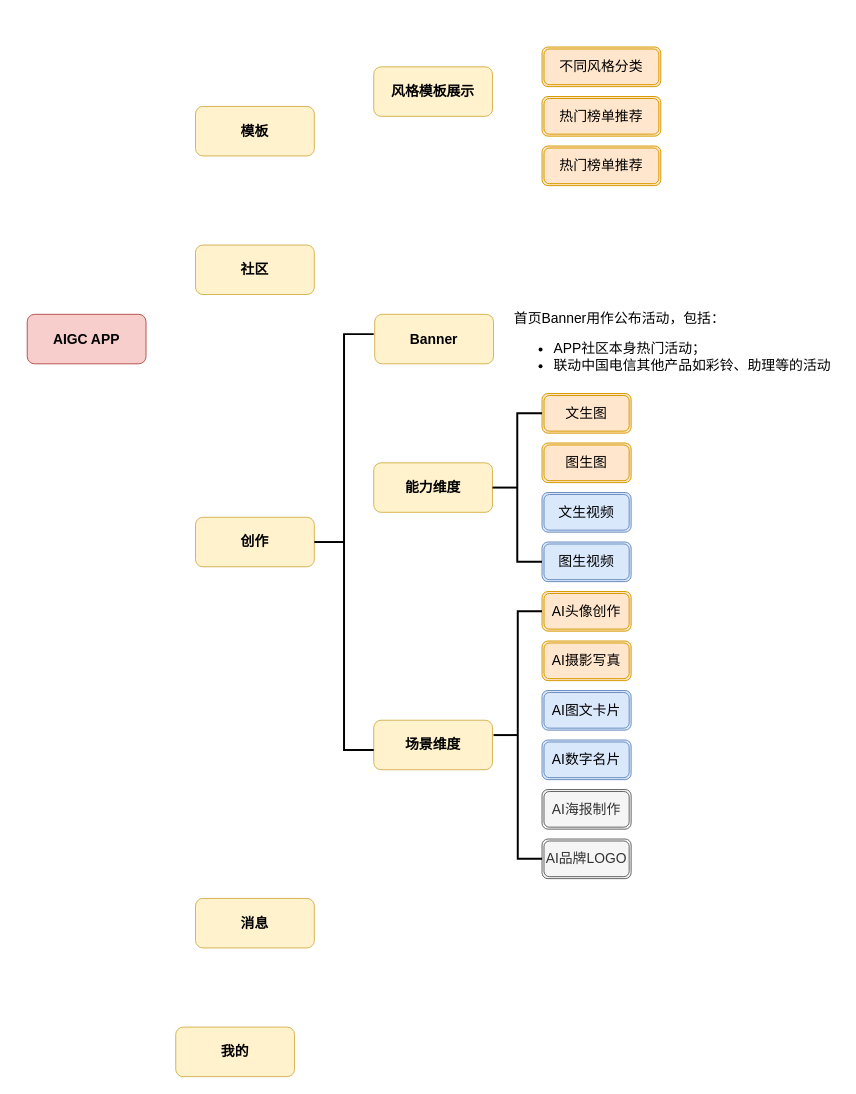
Earlier version of the draw.io diagram 未命名绘图.drawio (JQLIANG77/drowio). Source tidied: cells renumbered, new cells numbered last; positions are measured from the earlier drawing's top-left corner, leaving out a move shared by most shapes. Both pictures are drawn from the tidied source at 99%, with x=0, y=0 at pixel (27, 47).
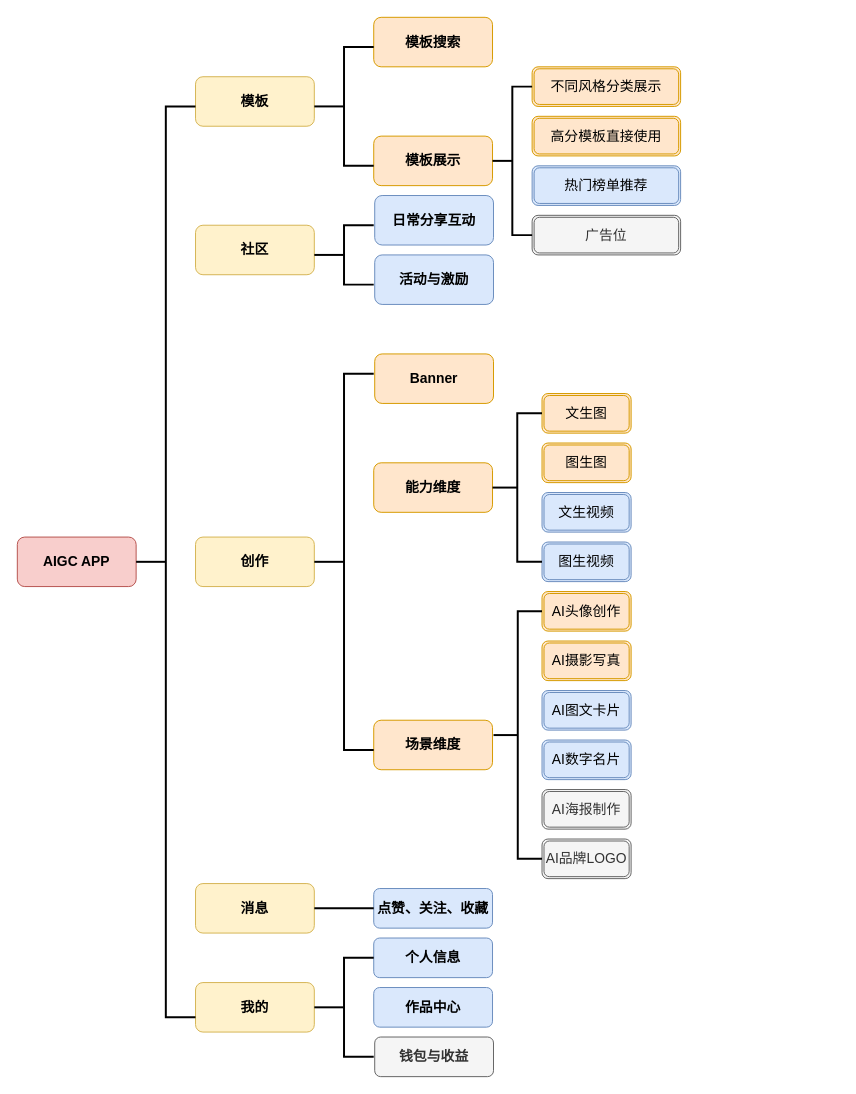
The same diagram, later.

Change to the diagram source:
```diff
@@
     <mxCell id="2" value="&lt;b&gt;&lt;font style=&quot;font-size: 14px;&quot;&gt;AIGC APP&lt;/font&gt;&lt;/b&gt;" style="rounded=1;whiteSpace=wrap;html=1;fillColor=#f8cecc;strokeColor=#b85450;" parent="1" vertex="1">
-      <mxGeometry y="270" width="120" height="50" as="geometry" />
+      <mxGeometry x="-10" y="495" width="120" height="50" as="geometry" />
     </mxCell>
     <mxCell id="3" value="&lt;b&gt;&lt;font style=&quot;font-size: 14px;&quot;&gt;创作&lt;/font&gt;&lt;/b&gt;" style="rounded=1;whiteSpace=wrap;html=1;fillColor=#fff2cc;strokeColor=#d6b656;" parent="1" vertex="1">
-      <mxGeometry x="170" y="475" width="120" height="50" as="geometry" />
+      <mxGeometry x="170" y="495" width="120" height="50" as="geometry" />
     </mxCell>
     <mxCell id="4" value="&lt;b&gt;&lt;font style=&quot;font-size: 14px;&quot;&gt;社区&lt;/font&gt;&lt;/b&gt;" style="rounded=1;whiteSpace=wrap;html=1;fillColor=#fff2cc;strokeColor=#d6b656;" parent="1" vertex="1">
-      <mxGeometry x="170" y="200" width="120" height="50" as="geometry" />
+      <mxGeometry x="170" y="180" width="120" height="50" as="geometry" />
     </mxCell>
     <mxCell id="5" value="&lt;b&gt;&lt;font style=&quot;font-size: 14px;&quot;&gt;模板&lt;/font&gt;&lt;/b&gt;" style="rounded=1;whiteSpace=wrap;html=1;fillColor=#fff2cc;strokeColor=#d6b656;" parent="1" vertex="1">
-      <mxGeometry x="170" y="60" width="120" height="50" as="geometry" />
+      <mxGeometry x="170" y="30" width="120" height="50" as="geometry" />
     </mxCell>
-    <mxCell id="6" value="&lt;b&gt;&lt;font style=&quot;font-size: 14px;&quot;&gt;消息&lt;/font&gt;&lt;/b&gt;" style="rounded=1;whiteSpace=wrap;html=1;fillColor=#fff2cc;strokeColor=#d6b656;" parent="1" vertex="1">
-      <mxGeometry x="170" y="860" width="120" height="50" as="geometry" />
+    <mxCell id="6" value="&lt;span&gt;&lt;font style=&quot;font-size: 14px;&quot;&gt;消息&lt;/font&gt;&lt;/span&gt;" style="rounded=1;whiteSpace=wrap;html=1;fillColor=#fff2cc;strokeColor=#d6b656;fontStyle=1;" parent="1" vertex="1">
+      <mxGeometry x="170" y="845" width="120" height="50" as="geometry" />
     </mxCell>
-    <mxCell id="7" value="&lt;b&gt;&lt;font style=&quot;font-size: 14px;&quot;&gt;我的&lt;/font&gt;&lt;/b&gt;" style="rounded=1;whiteSpace=wrap;html=1;fillColor=#fff2cc;strokeColor=#d6b656;" parent="1" vertex="1">
-      <mxGeometry x="150" y="990" width="120" height="50" as="geometry" />
-    </mxCell>
-    <mxCell id="8" value="&lt;span style=&quot;font-size: 14px;&quot;&gt;&lt;b&gt;Banner&lt;/b&gt;&lt;/span&gt;" style="rounded=1;whiteSpace=wrap;html=1;fillColor=#fff2cc;strokeColor=#d6b656;" parent="1" vertex="1">
-      <mxGeometry x="351" y="270" width="120" height="50" as="geometry" />
+    <mxCell id="8" value="&lt;span style=&quot;font-size: 14px;&quot;&gt;&lt;b&gt;Banner&lt;/b&gt;&lt;/span&gt;" style="rounded=1;whiteSpace=wrap;html=1;fillColor=#ffe6cc;strokeColor=#d79b00;" parent="1" vertex="1">
+      <mxGeometry x="351" y="310" width="120" height="50" as="geometry" />
     </mxCell>
-    <mxCell id="9" value="&lt;span style=&quot;font-size: 14px;&quot;&gt;&lt;b&gt;能力维度&lt;/b&gt;&lt;/span&gt;" style="rounded=1;whiteSpace=wrap;html=1;fillColor=#fff2cc;strokeColor=#d6b656;" parent="1" vertex="1">
+    <mxCell id="9" value="&lt;span style=&quot;font-size: 14px;&quot;&gt;&lt;b&gt;能力维度&lt;/b&gt;&lt;/span&gt;" style="rounded=1;whiteSpace=wrap;html=1;fillColor=#ffe6cc;strokeColor=#d79b00;" parent="1" vertex="1">
       <mxGeometry x="350" y="420" width="120" height="50" as="geometry" />
     </mxCell>
-    <mxCell id="10" value="&lt;span style=&quot;font-size: 14px;&quot;&gt;&lt;b&gt;场景维度&lt;/b&gt;&lt;/span&gt;" style="rounded=1;whiteSpace=wrap;html=1;fillColor=#fff2cc;strokeColor=#d6b656;" parent="1" vertex="1">
+    <mxCell id="10" value="&lt;span style=&quot;font-size: 14px;&quot;&gt;&lt;b&gt;场景维度&lt;/b&gt;&lt;/span&gt;" style="rounded=1;whiteSpace=wrap;html=1;fillColor=#ffe6cc;strokeColor=#d79b00;" parent="1" vertex="1">
       <mxGeometry x="350" y="680" width="120" height="50" as="geometry" />
     </mxCell>
@@
-    <mxCell id="23" value="&lt;font style=&quot;font-size: 14px;&quot;&gt;首页Banner用作公布活动，包括：&lt;br&gt;&lt;/font&gt;&lt;ul style=&quot;font-size: 14px;&quot;&gt;&lt;li style=&quot;&quot;&gt;&lt;font style=&quot;font-size: 14px;&quot;&gt;APP社区本身热门活动；&lt;/font&gt;&lt;/li&gt;&lt;li style=&quot;&quot;&gt;&lt;font style=&quot;font-size: 14px;&quot;&gt;联动中国电信其他产品如彩铃、助理等的活动&lt;/font&gt;&lt;/li&gt;&lt;/ul&gt;" style="text;html=1;strokeColor=none;fillColor=none;align=left;verticalAlign=middle;whiteSpace=wrap;rounded=0;" parent="1" vertex="1">
-      <mxGeometry x="490" y="270" width="330" height="70" as="geometry" />
-    </mxCell>
     <mxCell id="24" style="strokeWidth=2;html=1;shape=mxgraph.flowchart.annotation_2;align=left;labelPosition=right;" parent="1" vertex="1">
-      <mxGeometry x="290" y="290" width="60" height="420" as="geometry" />
+      <mxGeometry x="290" y="330" width="60" height="380" as="geometry" />
     </mxCell>
-    <mxCell id="25" value="&lt;span style=&quot;font-size: 14px;&quot;&gt;&lt;b&gt;风格模板展示&lt;/b&gt;&lt;/span&gt;" style="rounded=1;whiteSpace=wrap;html=1;fillColor=#fff2cc;strokeColor=#d6b656;" parent="1" vertex="1">
-      <mxGeometry x="350" y="20" width="120" height="50" as="geometry" />
+    <mxCell id="25" value="&lt;span style=&quot;font-size: 14px;&quot;&gt;&lt;b&gt;模板展示&lt;/b&gt;&lt;/span&gt;" style="rounded=1;whiteSpace=wrap;html=1;fillColor=#ffe6cc;strokeColor=#d79b00;" parent="1" vertex="1">
+      <mxGeometry x="350" y="90" width="120" height="50" as="geometry" />
     </mxCell>
-    <mxCell id="26" value="&lt;font style=&quot;font-size: 14px;&quot;&gt;不同风格分类&lt;/font&gt;" style="shape=ext;double=1;rounded=1;whiteSpace=wrap;html=1;fillColor=#ffe6cc;strokeColor=#d79b00;" parent="1" vertex="1">
-      <mxGeometry x="520" width="120" height="40" as="geometry" />
+    <mxCell id="26" value="&lt;font style=&quot;font-size: 14px;&quot;&gt;不同风格分类展示&lt;/font&gt;" style="shape=ext;double=1;rounded=1;whiteSpace=wrap;html=1;fillColor=#ffe6cc;strokeColor=#d79b00;" parent="1" vertex="1">
+      <mxGeometry x="510" y="20" width="150" height="40" as="geometry" />
     </mxCell>
-    <mxCell id="27" value="&lt;font style=&quot;font-size: 14px;&quot;&gt;热门榜单推荐&lt;/font&gt;" style="shape=ext;double=1;rounded=1;whiteSpace=wrap;html=1;fillColor=#ffe6cc;strokeColor=#d79b00;" parent="1" vertex="1">
-      <mxGeometry x="520" y="50" width="120" height="40" as="geometry" />
+    <mxCell id="27" value="&lt;font style=&quot;font-size: 14px;&quot;&gt;热门榜单推荐&lt;/font&gt;" style="shape=ext;double=1;rounded=1;whiteSpace=wrap;html=1;fillColor=#dae8fc;strokeColor=#6c8ebf;" parent="1" vertex="1">
+      <mxGeometry x="510" y="120" width="150" height="40" as="geometry" />
     </mxCell>
-    <mxCell id="28" value="&lt;font style=&quot;font-size: 14px;&quot;&gt;热门榜单推荐&lt;/font&gt;" style="shape=ext;double=1;rounded=1;whiteSpace=wrap;html=1;fillColor=#ffe6cc;strokeColor=#d79b00;" parent="1" vertex="1">
-      <mxGeometry x="520" y="100" width="120" height="40" as="geometry" />
+    <mxCell id="28" value="&lt;font style=&quot;font-size: 14px;&quot;&gt;高分模板直接使用&lt;/font&gt;" style="shape=ext;double=1;rounded=1;whiteSpace=wrap;html=1;fillColor=#ffe6cc;strokeColor=#d79b00;" parent="1" vertex="1">
+      <mxGeometry x="510" y="70" width="150" height="40" as="geometry" />
     </mxCell>
+    <mxCell id="29" value="&lt;font style=&quot;font-size: 14px;&quot;&gt;广告位&lt;/font&gt;" style="shape=ext;double=1;rounded=1;whiteSpace=wrap;html=1;fillColor=#f5f5f5;strokeColor=#666666;fontColor=#333333;" parent="1" vertex="1">
+      <mxGeometry x="510" y="170" width="150" height="40" as="geometry" />
+    </mxCell>
+    <mxCell id="30" value="&lt;span style=&quot;font-size: 14px;&quot;&gt;&lt;b&gt;模板搜索&lt;/b&gt;&lt;/span&gt;" style="rounded=1;whiteSpace=wrap;html=1;fillColor=#ffe6cc;strokeColor=#d79b00;" parent="1" vertex="1">
+      <mxGeometry x="350" y="-30" width="120" height="50" as="geometry" />
+    </mxCell>
+    <mxCell id="31" value="&lt;span style=&quot;font-size: 14px;&quot;&gt;&lt;b&gt;日常分享互动&lt;/b&gt;&lt;/span&gt;" style="rounded=1;whiteSpace=wrap;html=1;fillColor=#dae8fc;strokeColor=#6c8ebf;" parent="1" vertex="1">
+      <mxGeometry x="351" y="150" width="120" height="50" as="geometry" />
+    </mxCell>
+    <mxCell id="32" value="&lt;span style=&quot;font-size: 14px;&quot;&gt;&lt;b&gt;活动与激励&lt;/b&gt;&lt;/span&gt;" style="rounded=1;whiteSpace=wrap;html=1;fillColor=#dae8fc;strokeColor=#6c8ebf;" parent="1" vertex="1">
+      <mxGeometry x="351" y="210" width="120" height="50" as="geometry" />
+    </mxCell>
+    <mxCell id="33" style="strokeWidth=2;html=1;shape=mxgraph.flowchart.annotation_2;align=left;labelPosition=right;" parent="1" vertex="1">
+      <mxGeometry x="290" width="60" height="120" as="geometry" />
+    </mxCell>
+    <mxCell id="34" style="strokeWidth=2;html=1;shape=mxgraph.flowchart.annotation_2;align=left;labelPosition=right;" parent="1" vertex="1">
+      <mxGeometry x="290" y="180" width="60" height="60" as="geometry" />
+    </mxCell>
+    <mxCell id="35" value="&lt;span style=&quot;font-size: 14px;&quot;&gt;&lt;b&gt;点赞、关注、收藏&lt;/b&gt;&lt;/span&gt;" style="rounded=1;whiteSpace=wrap;html=1;fillColor=#dae8fc;strokeColor=#6c8ebf;" parent="1" vertex="1">
+      <mxGeometry x="350" y="850" width="120" height="40" as="geometry" />
+    </mxCell>
+    <mxCell id="36" style="strokeWidth=2;html=1;shape=mxgraph.flowchart.annotation_2;align=left;labelPosition=right;" parent="1" vertex="1">
+      <mxGeometry x="470" y="40" width="40" height="150" as="geometry" />
+    </mxCell>
+    <mxCell id="37" value="&lt;span style=&quot;font-size: 14px;&quot;&gt;&lt;b&gt;个人信息&lt;/b&gt;&lt;/span&gt;" style="rounded=1;whiteSpace=wrap;html=1;fillColor=#dae8fc;strokeColor=#6c8ebf;" parent="1" vertex="1">
+      <mxGeometry x="350" y="900" width="120" height="40" as="geometry" />
+    </mxCell>
+    <mxCell id="38" value="&lt;span style=&quot;font-size: 14px;&quot;&gt;&lt;b&gt;作品中心&lt;/b&gt;&lt;/span&gt;" style="rounded=1;whiteSpace=wrap;html=1;fillColor=#dae8fc;strokeColor=#6c8ebf;" parent="1" vertex="1">
+      <mxGeometry x="350" y="950" width="120" height="40" as="geometry" />
+    </mxCell>
+    <mxCell id="39" value="&lt;span style=&quot;font-size: 14px;&quot;&gt;&lt;b&gt;钱包与收益&lt;/b&gt;&lt;/span&gt;" style="rounded=1;whiteSpace=wrap;html=1;fillColor=#f5f5f5;strokeColor=#666666;fontColor=#333333;" parent="1" vertex="1">
+      <mxGeometry x="351" y="1000" width="120" height="40" as="geometry" />
+    </mxCell>
+    <mxCell id="7" value="&lt;b&gt;&lt;font style=&quot;font-size: 14px;&quot;&gt;我的&lt;/font&gt;&lt;/b&gt;" style="rounded=1;whiteSpace=wrap;html=1;fillColor=#fff2cc;strokeColor=#d6b656;" parent="1" vertex="1">
+      <mxGeometry x="170" y="945" width="120" height="50" as="geometry" />
+    </mxCell>
+    <mxCell id="40" style="strokeWidth=2;html=1;shape=mxgraph.flowchart.annotation_2;align=left;labelPosition=right;" parent="1" vertex="1">
+      <mxGeometry x="290" y="920" width="60" height="100" as="geometry" />
+    </mxCell>
+    <mxCell id="41" style="line;strokeWidth=2;html=1;" parent="1" vertex="1">
+      <mxGeometry x="290" y="865" width="60" height="10" as="geometry" />
+    </mxCell>
+    <mxCell id="42" style="strokeWidth=2;html=1;shape=mxgraph.flowchart.annotation_2;align=left;labelPosition=right;" parent="1" vertex="1">
+      <mxGeometry x="110" y="60" width="60" height="920" as="geometry" />
+    </mxCell>
```
